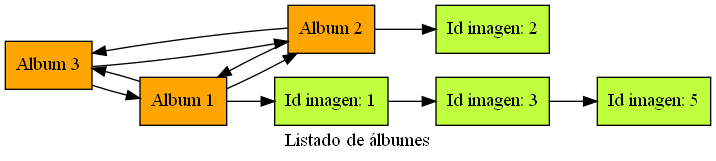
The Graphviz diagram Fase 2/Reportes de Usuario/4999062130101/ListaAlbumes.png in LuisaMariaO/EDD_UDRAWING_FASE_202003381, before a commit. Its source is kept beside it as Fase 2/Reportes de Usuario/4999062130101/ListaAlbumes.dot.
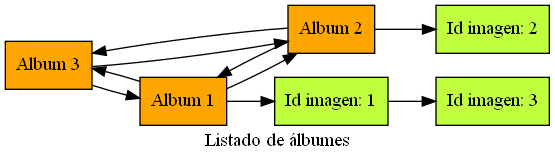
The same file after the commit.

What changed in the source:
```diff
@@ -2,14 +2,13 @@
 node[shape=box, style=filled];
 rankdir="LR"
 label="Listado de álbumes";
-Nodo1933858802[label="Album 3" fillcolor=orange1];Nodo71106094[label="Album 1" fillcolor=orange1];Nodo1103580985[label="Album 2" fillcolor=orange1];Nodo1933858802->Nodo71106094;
-Nodo1933858802->Nodo1103580985;
-Nodo71106094->Nodo1103580985;
-Nodo71106094->Nodo1933858802;
-Nodo71106094->Imagen231421811;
-Imagen231421811->Imagen1611877050;
-Imagen1611877050->Imagen1079360527;
-Nodo1103580985->Nodo1933858802;
-Nodo1103580985->Nodo71106094;
-Nodo1103580985->Imagen2041421523;
-Imagen231421811[label="Id imagen: 1" fillcolor=olivedrab1];Imagen1611877050[label="Id imagen: 3" fillcolor=olivedrab1];Imagen1079360527[label="Id imagen: 5" fillcolor=olivedrab1];Imagen2041421523[label="Id imagen: 2" fillcolor=olivedrab1];}
+Nodo443319054[label="Album 3" fillcolor=orange1];Nodo373455621[label="Album 1" fillcolor=orange1];Nodo714283291[label="Album 2" fillcolor=orange1];Nodo443319054->Nodo373455621;
+Nodo443319054->Nodo714283291;
+Nodo373455621->Nodo714283291;
+Nodo373455621->Nodo443319054;
+Nodo373455621->Imagen1871043713;
+Imagen1871043713->Imagen294606476;
+Nodo714283291->Nodo443319054;
+Nodo714283291->Nodo373455621;
+Nodo714283291->Imagen653858211;
+Imagen1871043713[label="Id imagen: 1" fillcolor=olivedrab1];Imagen294606476[label="Id imagen: 3" fillcolor=olivedrab1];Imagen653858211[label="Id imagen: 2" fillcolor=olivedrab1];}
```
